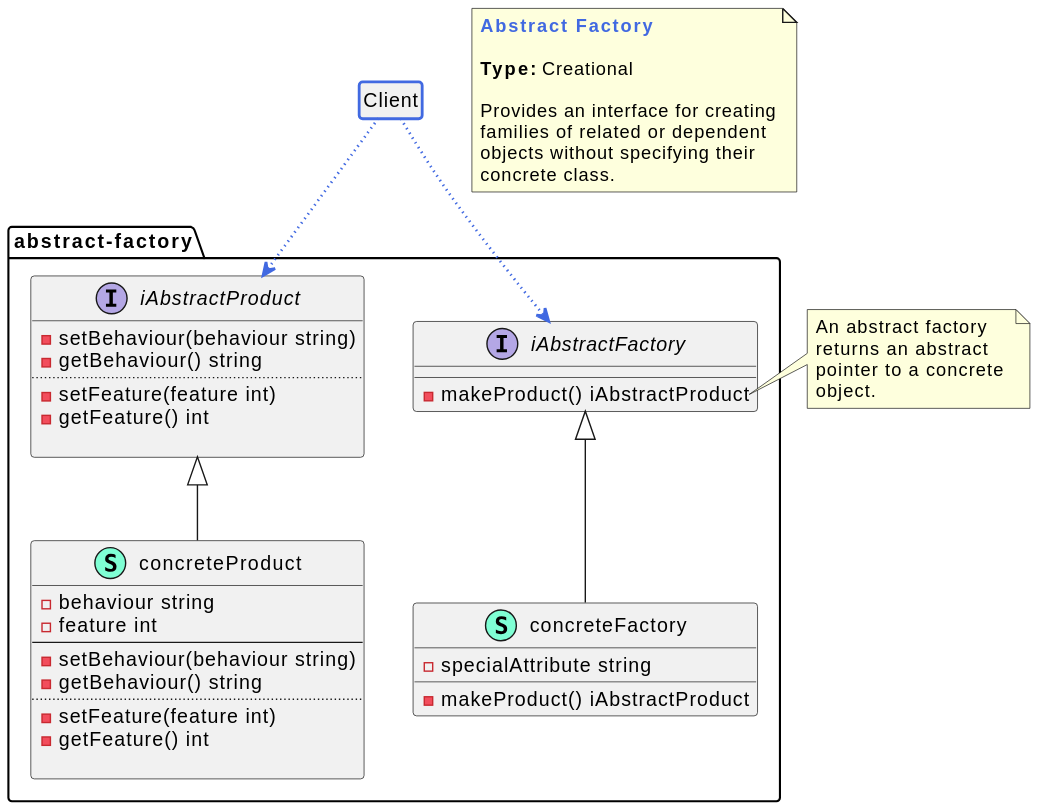
cloudemprise/go-dsgn-pttrn-abstract-factory keeps this PlantUML diagram as go-dsgn-pttrn-abstract-factory.svg. Above is the earlier version.
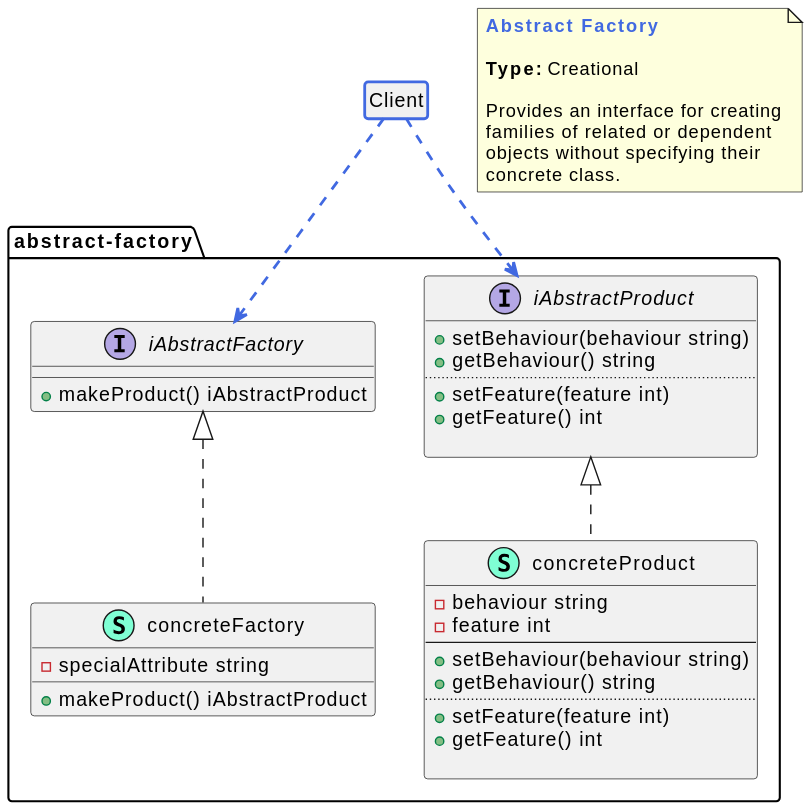
After the commit.

Commit message:
Fixed UML flaws

What changed in the source:
```diff
@@ -6,40 +6,40 @@
 
 namespace abstract-factory {
     interface iAbstractProduct  {
-        - setBehaviour(behaviour string)
-        - getBehaviour() string
+        + setBehaviour(behaviour string)
+        + getBehaviour() string
         ..
-        - setFeature(feature int)
-        - getFeature() int
+        + setFeature(feature int)
+        + getFeature() int
 
     }
     interface iAbstractFactory  {
-        - makeProduct() iAbstractProduct
+        + makeProduct() iAbstractProduct
 
     }
     class concreteProduct << (S,Aquamarine) >> {
         - behaviour string
         - feature int
         --
-        - setBehaviour(behaviour string)
-        - getBehaviour() string
+        + setBehaviour(behaviour string)
+        + getBehaviour() string
         ..
-        - setFeature(feature int)
-        - getFeature() int
+        + setFeature(feature int)
+        + getFeature() int
 
     }
     class concreteFactory << (S,Aquamarine) >> {
         - specialAttribute string
 
-        - makeProduct() iAbstractProduct
+        + makeProduct() iAbstractProduct
     }
 }
 
-"Client" -[dotted,thickness=2,#royalBlue]-> "abstract-factory.iAbstractFactory"
-"Client" -[dotted,thickness=2,#royalBlue]-> "abstract-factory.iAbstractProduct"
+"Client" -[dashed,thickness=2,#royalBlue]-> "abstract-factory.iAbstractFactory"
+"Client" -[dashed,thickness=2,#royalBlue]-> "abstract-factory.iAbstractProduct"
 
-"abstract-factory.iAbstractFactory" <|-- "abstract-factory.concreteFactory"
-"abstract-factory.iAbstractProduct" <|-- "abstract-factory.concreteProduct"
+"abstract-factory.iAbstractFactory" <|.. "abstract-factory.concreteFactory"
+"abstract-factory.iAbstractProduct" <|.. "abstract-factory.concreteProduct"
 
 note as N1
     <b><color:royalBlue>Abstract Factory</color></b>
@@ -52,11 +52,5 @@
     concrete class.
 end note
 
-note right of abstract-factory.iAbstractFactory::iAbstractProduct
-    An abstract factory
-    returns an abstract
-    pointer to a concrete
-    object.
-end note
 
 @enduml
```
